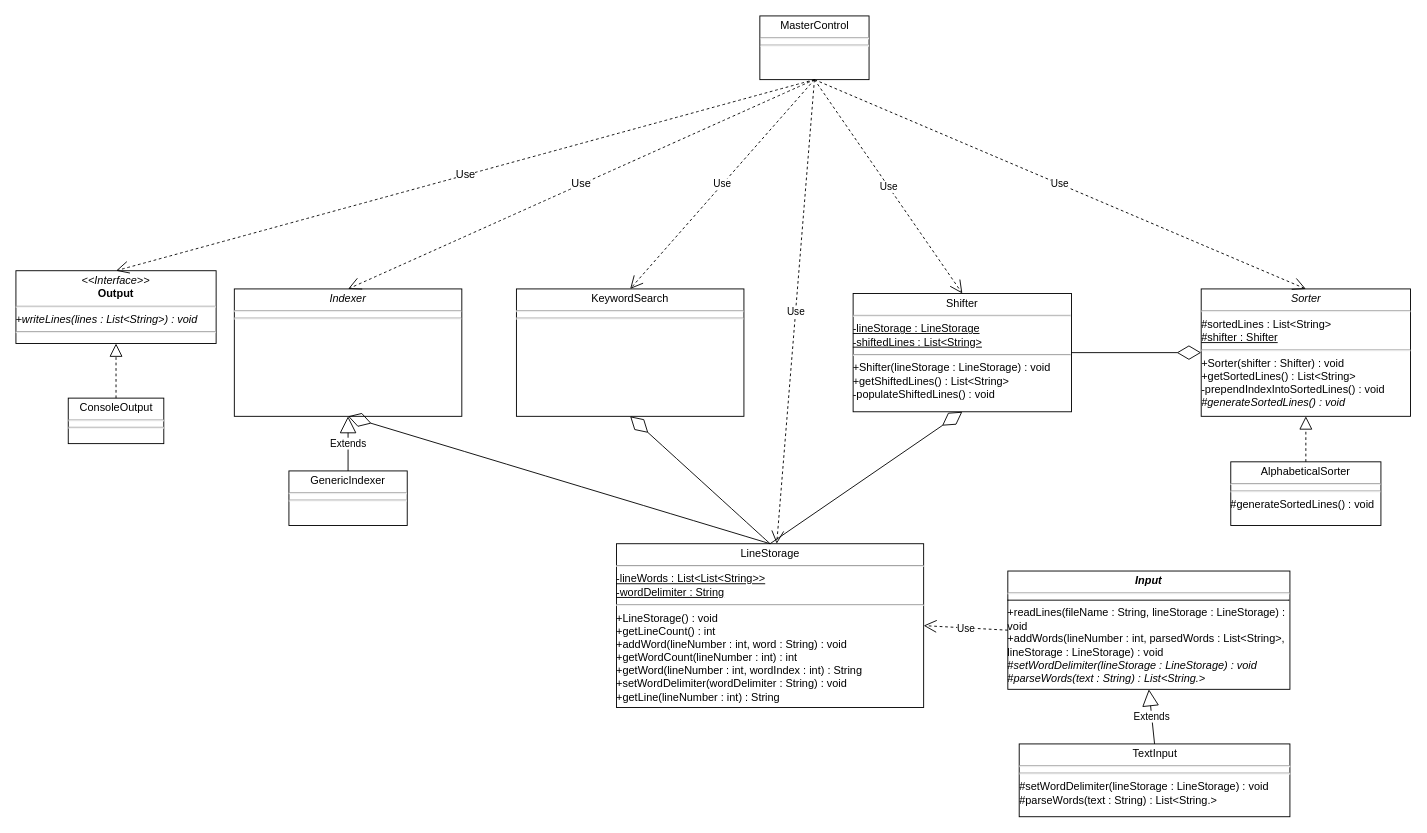
The draw.io diagram Homework/Homework 1/SE 311 Homework 1 UML.drawio in dragon5201111/Drexel-University-SE-311-Software-Architecture-II, before the edit. Source tidied: cells renumbered, new cells numbered last; positions are measured from the earlier drawing's top-left corner, leaving out a move shared by most shapes. Both pictures are drawn from the tidied source at 91%, with x=0, y=0 at pixel (15, 15).
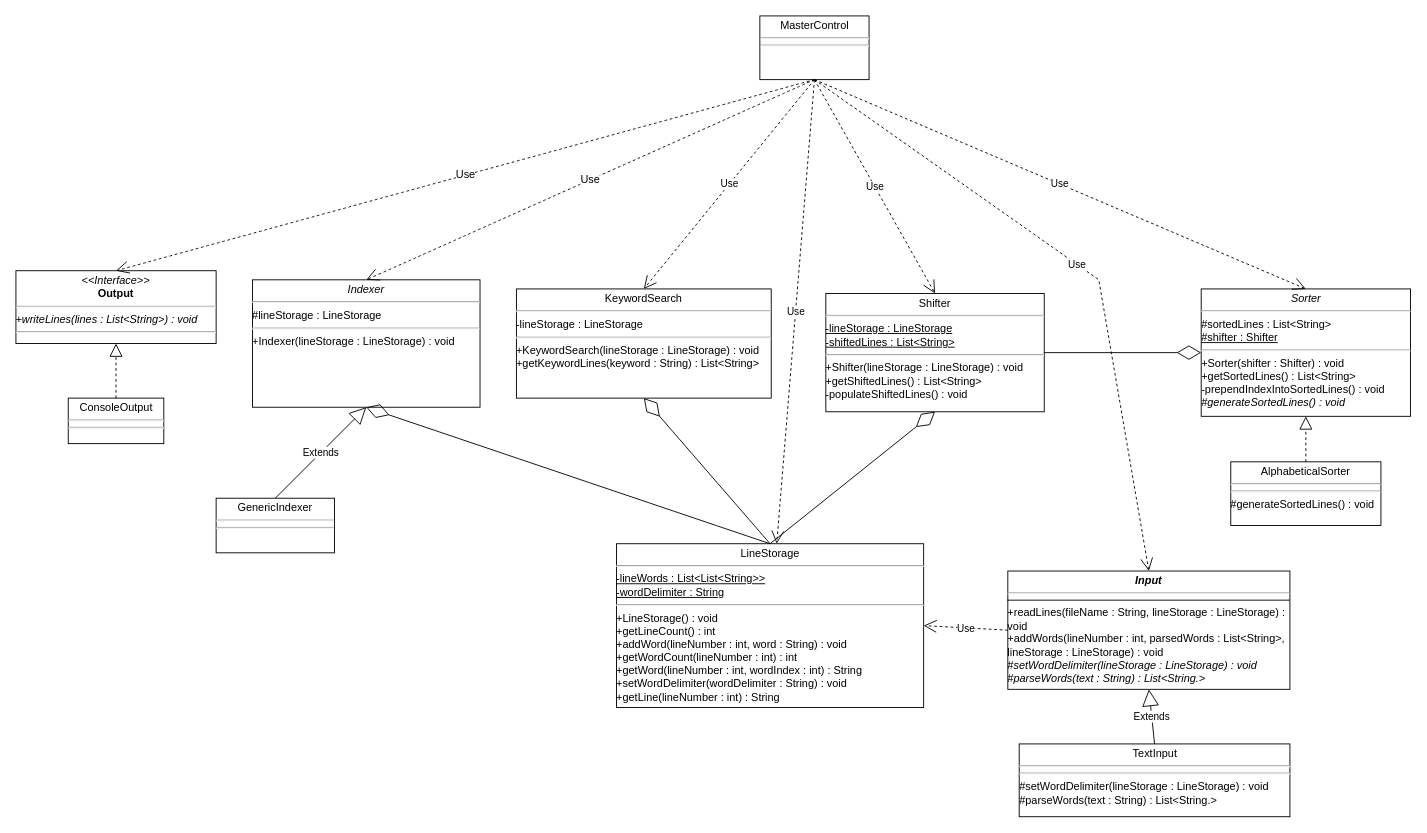
The same diagram, later.

The change refers to these unchanged cells:
```xml
<mxCell id="2" value="&lt;p style=&quot;margin:0px;margin-top:4px;text-align:center;&quot;&gt;&lt;b&gt;&lt;i&gt;Input&lt;/i&gt;&lt;/b&gt;&lt;/p&gt;&lt;hr&gt;&lt;hr size=&quot;1&quot; style=&quot;border-style:solid;&quot;&gt;+readLines(fileName : String, lineStorage : LineStorage) : void&lt;div&gt;+addWords(lineNumber : int, parsedWords : List&amp;lt;String&amp;gt;, lineStorage : LineStorage) : void&lt;/div&gt;&lt;div&gt;&lt;i&gt;#setWordDelimiter(lineStorage : LineStorage) : void&lt;/i&gt;&lt;/div&gt;&lt;div&gt;&lt;i&gt;#parseWords(text : String) : List&amp;lt;String.&amp;gt;&lt;/i&gt;&lt;/div&gt;&lt;div&gt;&lt;br&gt;&lt;div&gt;&lt;br&gt;&lt;/div&gt;&lt;div&gt;&lt;br&gt;&lt;/div&gt;&lt;/div&gt;" style="verticalAlign=top;align=left;overflow=fill;html=1;whiteSpace=wrap;" parent="1" vertex="1">
  <mxGeometry x="1090" y="610" width="310" height="130" as="geometry" />
</mxCell>
<mxCell id="13" value="&lt;p style=&quot;margin:0px;margin-top:4px;text-align:center;&quot;&gt;MasterControl&lt;/p&gt;&lt;hr&gt;&lt;hr&gt;" style="verticalAlign=top;align=left;overflow=fill;html=1;whiteSpace=wrap;" parent="1" vertex="1">
  <mxGeometry x="817.5" width="120" height="70" as="geometry" />
</mxCell>
```

Change to the diagram source:
```diff
@@
     <mxCell id="9" value="&lt;p style=&quot;margin:0px;margin-top:4px;text-align:center;&quot;&gt;Shifter&lt;/p&gt;&lt;div&gt;&lt;hr&gt;&lt;u&gt;-lineStorage : LineStorage&lt;/u&gt;&lt;/div&gt;&lt;div&gt;&lt;u&gt;-shiftedLines : List&amp;lt;String&amp;gt;&lt;br&gt;&lt;/u&gt;&lt;hr&gt;+Shifter(lineStorage : LineStorage) : void&lt;/div&gt;&lt;div&gt;+getShiftedLines() : List&amp;lt;String&amp;gt;&lt;/div&gt;&lt;div&gt;-populateShiftedLines() : void&lt;/div&gt;" style="verticalAlign=top;align=left;overflow=fill;html=1;whiteSpace=wrap;" parent="1" vertex="1">
-      <mxGeometry x="920" y="305" width="240" height="130" as="geometry" />
+      <mxGeometry x="890" y="305" width="240" height="130" as="geometry" />
     </mxCell>
-    <mxCell id="10" value="&lt;p style=&quot;margin:0px;margin-top:4px;text-align:center;&quot;&gt;KeywordSearch&lt;/p&gt;&lt;hr&gt;&lt;div&gt;&lt;hr&gt;&lt;br&gt;&lt;/div&gt;" style="verticalAlign=top;align=left;overflow=fill;html=1;whiteSpace=wrap;" parent="1" vertex="1">
-      <mxGeometry x="550" y="300" width="250" height="140" as="geometry" />
+    <mxCell id="10" value="&lt;p style=&quot;margin:0px;margin-top:4px;text-align:center;&quot;&gt;KeywordSearch&lt;/p&gt;&lt;hr&gt;-lineStorage : LineStorage&lt;br&gt;&lt;div&gt;&lt;hr&gt;+KeywordSearch(lineStorage : LineStorage) : void&lt;/div&gt;&lt;div&gt;+getKeywordLines(keyword : String) : List&amp;lt;String&amp;gt;&lt;/div&gt;&lt;div&gt;&lt;br&gt;&lt;/div&gt;" style="verticalAlign=top;align=left;overflow=fill;html=1;whiteSpace=wrap;" parent="1" vertex="1">
+      <mxGeometry x="550" y="300" width="280" height="120" as="geometry" />
     </mxCell>
@@
-    <mxCell id="14" value="&lt;p style=&quot;margin:0px;margin-top:4px;text-align:center;&quot;&gt;&lt;i style=&quot;&quot;&gt;Indexer&lt;/i&gt;&lt;/p&gt;&lt;div&gt;&lt;hr&gt;&lt;hr&gt;&lt;/div&gt;" style="verticalAlign=top;align=left;overflow=fill;html=1;whiteSpace=wrap;" parent="1" vertex="1">
-      <mxGeometry x="240" y="300" width="250" height="140" as="geometry" />
+    <mxCell id="14" value="&lt;p style=&quot;margin:0px;margin-top:4px;text-align:center;&quot;&gt;&lt;i style=&quot;&quot;&gt;Indexer&lt;/i&gt;&lt;/p&gt;&lt;div&gt;&lt;hr&gt;#lineStorage : LineStorage&lt;hr&gt;+Indexer(lineStorage : LineStorage) : void&lt;/div&gt;" style="verticalAlign=top;align=left;overflow=fill;html=1;whiteSpace=wrap;" parent="1" vertex="1">
+      <mxGeometry x="260" y="290" width="250" height="140" as="geometry" />
     </mxCell>
     <mxCell id="15" value="&lt;p style=&quot;margin:0px;margin-top:4px;text-align:center;&quot;&gt;GenericIndexer&lt;/p&gt;&lt;hr&gt;&lt;hr&gt;&lt;br&gt;&lt;div&gt;&lt;br&gt;&lt;/div&gt;" style="verticalAlign=top;align=left;overflow=fill;html=1;whiteSpace=wrap;" parent="1" vertex="1">
-      <mxGeometry x="300" y="500" width="130" height="60" as="geometry" />
+      <mxGeometry x="220" y="530" width="130" height="60" as="geometry" />
     </mxCell>
@@
+    <mxCell id="30" value="Use" style="endArrow=open;endSize=12;dashed=1;html=1;rounded=0;exitX=0.5;exitY=1;exitDx=0;exitDy=0;entryX=0.5;entryY=0;entryDx=0;entryDy=0;" parent="1" edge="1" source="13" target="2">
+      <mxGeometry relative="1" as="geometry">
+        <Array as="points">
+          <mxPoint x="1190" y="290" />
+        </Array>
+      </mxGeometry>
+    </mxCell>
```
